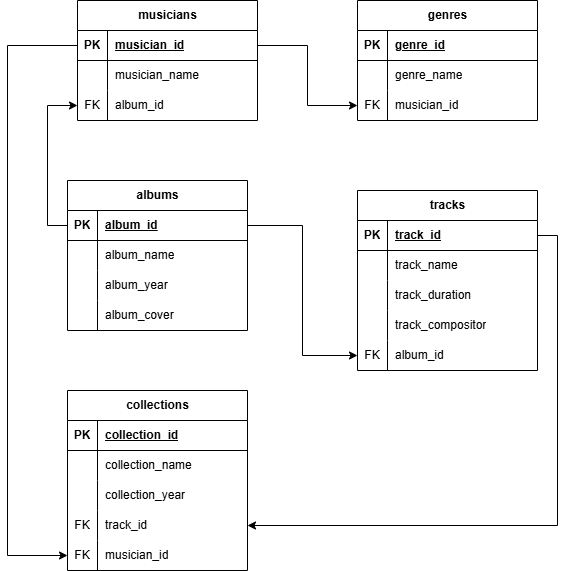
Above: HW_task2.drawio.png in AlejoRuso/HW_BD_2 (draw.io), before the change. Source tidied: cells renumbered, new cells last; positions are measured from the earlier drawing's top-left corner, leaving out a move shared by most shapes.
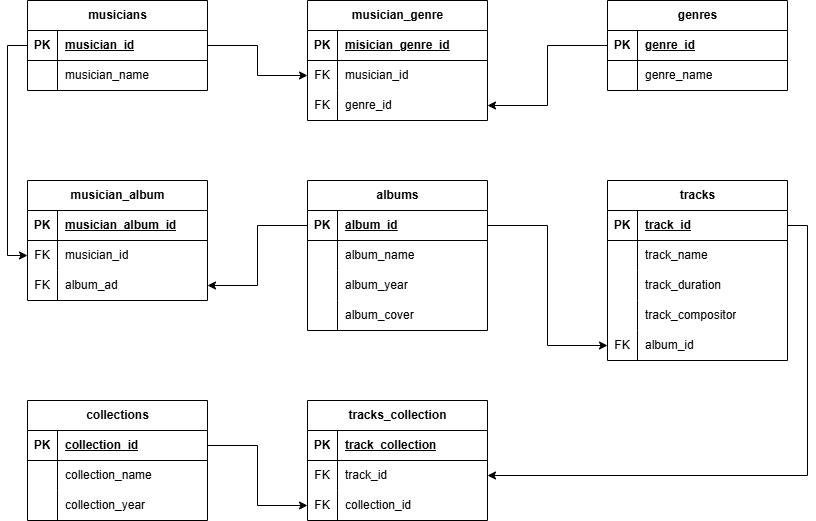
After the commit.

The edit, as a diff of the source:
```diff
@@ -3,7 +3,7 @@
     <mxCell id="0" />
     <mxCell id="1" parent="0" />
     <mxCell id="2" value="&lt;span style=&quot;white-space: pre-wrap;&quot; class=&quot;EzKURWReUAB5oZgtQNkl&quot;&gt;genres&lt;/span&gt;" style="shape=table;startSize=30;rowLines=0;fontStyle=1;align=center;html=1;" parent="1" vertex="1">
-      <mxGeometry x="350" width="180" height="120" as="geometry" />
+      <mxGeometry x="650" width="180" height="90" as="geometry" />
     </mxCell>
     <mxCell id="3" style="shape=tableRow;horizontal=0;startSize=0;swimlaneHead=0;swimlaneBody=0;fillColor=none;points=[[0,0.5],[1,0.5]];portConstraint=eastwest;top=0;left=0;right=0;bottom=1;" parent="2" vertex="1">
       <mxGeometry y="30" width="180" height="30" as="geometry" />
@@ -23,17 +23,8 @@
     <mxCell id="8" value="genre_name" style="shape=partialRectangle;fillColor=none;top=0;left=0;bottom=0;right=0;align=left;spacingLeft=6;overflow=hidden;whiteSpace=wrap;html=1;" parent="6" vertex="1">
       <mxGeometry x="30" width="150" height="30" as="geometry" />
     </mxCell>
-    <mxCell id="9" style="shape=tableRow;horizontal=0;startSize=0;swimlaneHead=0;swimlaneBody=0;fillColor=none;points=[[0,0.5],[1,0.5]];portConstraint=eastwest;top=0;left=0;right=0;bottom=0;" parent="2" vertex="1">
-      <mxGeometry y="90" width="180" height="30" as="geometry" />
-    </mxCell>
-    <mxCell id="10" value="FK" style="shape=partialRectangle;fillColor=none;top=0;left=0;bottom=0;right=0;overflow=hidden;whiteSpace=wrap;html=1;" parent="9" vertex="1">
-      <mxGeometry width="30" height="30" as="geometry" />
-    </mxCell>
-    <mxCell id="11" value="musician_id" style="shape=partialRectangle;fillColor=none;top=0;left=0;bottom=0;right=0;align=left;spacingLeft=6;overflow=hidden;whiteSpace=wrap;html=1;" parent="9" vertex="1">
-      <mxGeometry x="30" width="150" height="30" as="geometry" />
-    </mxCell>
     <mxCell id="12" value="musicians" style="shape=table;startSize=30;rowLines=0;fontStyle=1;align=center;html=1;" parent="1" vertex="1">
-      <mxGeometry x="70" width="180" height="120" as="geometry" />
+      <mxGeometry x="70" width="180" height="90" as="geometry" />
     </mxCell>
     <mxCell id="13" style="shape=tableRow;horizontal=0;startSize=0;swimlaneHead=0;swimlaneBody=0;fillColor=none;points=[[0,0.5],[1,0.5]];portConstraint=eastwest;top=0;left=0;right=0;bottom=1;" parent="12" vertex="1">
       <mxGeometry y="30" width="180" height="30" as="geometry" />
@@ -53,17 +44,8 @@
     <mxCell id="18" value="musician_name" style="shape=partialRectangle;fillColor=none;top=0;left=0;bottom=0;right=0;align=left;spacingLeft=6;overflow=hidden;whiteSpace=wrap;html=1;" parent="16" vertex="1">
       <mxGeometry x="30" width="150" height="30" as="geometry" />
     </mxCell>
-    <mxCell id="19" style="shape=tableRow;horizontal=0;startSize=0;swimlaneHead=0;swimlaneBody=0;fillColor=none;points=[[0,0.5],[1,0.5]];portConstraint=eastwest;top=0;left=0;right=0;bottom=0;" parent="12" vertex="1">
-      <mxGeometry y="90" width="180" height="30" as="geometry" />
-    </mxCell>
-    <mxCell id="20" value="FK" style="shape=partialRectangle;fillColor=none;top=0;left=0;bottom=0;right=0;overflow=hidden;whiteSpace=wrap;html=1;" parent="19" vertex="1">
-      <mxGeometry width="30" height="30" as="geometry" />
-    </mxCell>
-    <mxCell id="21" value="album_id" style="shape=partialRectangle;fillColor=none;top=0;left=0;bottom=0;right=0;align=left;spacingLeft=6;overflow=hidden;whiteSpace=wrap;html=1;" parent="19" vertex="1">
-      <mxGeometry x="30" width="150" height="30" as="geometry" />
-    </mxCell>
     <mxCell id="22" value="albums" style="shape=table;startSize=30;rowLines=0;fontStyle=1;align=center;html=1;" parent="1" vertex="1">
-      <mxGeometry x="60" y="180" width="180" height="150" as="geometry" />
+      <mxGeometry x="350" y="180" width="180" height="150" as="geometry" />
     </mxCell>
     <mxCell id="23" style="shape=tableRow;horizontal=0;startSize=0;swimlaneHead=0;swimlaneBody=0;fillColor=none;points=[[0,0.5],[1,0.5]];portConstraint=eastwest;top=0;left=0;right=0;bottom=1;" parent="22" vertex="1">
       <mxGeometry y="30" width="180" height="30" as="geometry" />
@@ -102,7 +84,7 @@
       <mxGeometry x="30" width="150" height="30" as="geometry" />
     </mxCell>
     <mxCell id="35" value="tracks" style="shape=table;startSize=30;rowLines=0;fontStyle=1;align=center;html=1;" parent="1" vertex="1">
-      <mxGeometry x="350" y="190" width="180" height="180" as="geometry" />
+      <mxGeometry x="650" y="180" width="180" height="180" as="geometry" />
     </mxCell>
     <mxCell id="36" style="shape=tableRow;horizontal=0;startSize=0;swimlaneHead=0;swimlaneBody=0;fillColor=none;points=[[0,0.5],[1,0.5]];portConstraint=eastwest;top=0;left=0;right=0;bottom=1;" parent="35" vertex="1">
       <mxGeometry y="30" width="180" height="30" as="geometry" />
@@ -149,14 +131,8 @@
     <mxCell id="50" value="album_id" style="shape=partialRectangle;fillColor=none;top=0;left=0;bottom=0;right=0;align=left;spacingLeft=6;overflow=hidden;whiteSpace=wrap;html=1;" parent="48" vertex="1">
       <mxGeometry x="30" width="150" height="30" as="geometry" />
     </mxCell>
-    <mxCell id="51" style="edgeStyle=orthogonalEdgeStyle;rounded=0;jettySize=auto;html=1;exitX=1;exitY=0.5;exitDx=0;exitDy=0;entryX=0;entryY=0.5;entryDx=0;entryDy=0;" parent="1" edge="1" source="13" target="9">
-      <mxGeometry relative="1" as="geometry" />
-    </mxCell>
-    <mxCell id="52" style="edgeStyle=orthogonalEdgeStyle;rounded=0;jettySize=auto;html=1;exitX=0;exitY=0.5;exitDx=0;exitDy=0;entryX=0;entryY=0.5;entryDx=0;entryDy=0;" parent="1" edge="1" source="23" target="19">
-      <mxGeometry relative="1" as="geometry" />
-    </mxCell>
     <mxCell id="53" value="collections" style="shape=table;startSize=30;rowLines=0;fontStyle=1;align=center;html=1;" parent="1" vertex="1">
-      <mxGeometry x="60" y="390" width="180" height="180" as="geometry" />
+      <mxGeometry x="70" y="400" width="180" height="120" as="geometry" />
     </mxCell>
     <mxCell id="54" style="shape=tableRow;horizontal=0;startSize=0;swimlaneHead=0;swimlaneBody=0;fillColor=none;points=[[0,0.5],[1,0.5]];portConstraint=eastwest;top=0;left=0;right=0;bottom=1;" parent="53" vertex="1">
       <mxGeometry y="30" width="180" height="30" as="geometry" />
@@ -185,37 +161,116 @@
     <mxCell id="62" value="collection_year" style="shape=partialRectangle;fillColor=none;top=0;left=0;bottom=0;right=0;align=left;spacingLeft=6;overflow=hidden;whiteSpace=wrap;html=1;" parent="60" vertex="1">
       <mxGeometry x="30" width="150" height="30" as="geometry" />
     </mxCell>
-    <mxCell id="63" style="shape=tableRow;horizontal=0;startSize=0;swimlaneHead=0;swimlaneBody=0;fillColor=none;points=[[0,0.5],[1,0.5]];portConstraint=eastwest;top=0;left=0;right=0;bottom=0;" parent="53" vertex="1">
-      <mxGeometry y="120" width="180" height="30" as="geometry" />
-    </mxCell>
-    <mxCell id="64" value="FK" style="shape=partialRectangle;fillColor=none;top=0;left=0;bottom=0;right=0;overflow=hidden;whiteSpace=wrap;html=1;" parent="63" vertex="1">
-      <mxGeometry width="30" height="30" as="geometry" />
-    </mxCell>
+    <mxCell id="71" style="edgeStyle=orthogonalEdgeStyle;rounded=0;jettySize=auto;html=1;exitX=1;exitY=0.5;exitDx=0;exitDy=0;entryX=0;entryY=0.5;entryDx=0;entryDy=0;" parent="1" edge="1" source="23" target="48">
+      <mxGeometry relative="1" as="geometry" />
+    </mxCell>
+    <mxCell id="72" value="musician_genre" style="shape=table;startSize=30;rowLines=0;fontStyle=1;align=center;html=1;" parent="1" vertex="1">
+      <mxGeometry x="350" width="180" height="120" as="geometry" />
+    </mxCell>
+    <mxCell id="73" style="shape=tableRow;horizontal=0;startSize=0;swimlaneHead=0;swimlaneBody=0;fillColor=none;top=0;left=0;right=0;bottom=1;" parent="72" vertex="1">
+      <mxGeometry y="30" width="180" height="30" as="geometry" />
+    </mxCell>
+    <mxCell id="74" value="PK" style="shape=partialRectangle;fillColor=none;top=0;left=0;bottom=0;right=0;fontStyle=1;overflow=hidden;whiteSpace=wrap;html=1;" parent="73" vertex="1">
+      <mxGeometry width="30" height="30" as="geometry" />
+    </mxCell>
+    <mxCell id="75" value="misician_genre_id" style="shape=partialRectangle;fillColor=none;top=0;left=0;bottom=0;right=0;align=left;spacingLeft=6;fontStyle=5;overflow=hidden;whiteSpace=wrap;html=1;" parent="73" vertex="1">
+      <mxGeometry x="30" width="150" height="30" as="geometry" />
+    </mxCell>
+    <mxCell id="76" style="shape=tableRow;horizontal=0;startSize=0;swimlaneHead=0;swimlaneBody=0;fillColor=none;points=[[0,0.5],[1,0.5]];portConstraint=eastwest;top=0;left=0;right=0;bottom=0;" parent="72" vertex="1">
+      <mxGeometry y="60" width="180" height="30" as="geometry" />
+    </mxCell>
+    <mxCell id="77" value="FK" style="shape=partialRectangle;fillColor=none;top=0;left=0;bottom=0;right=0;overflow=hidden;whiteSpace=wrap;html=1;" parent="76" vertex="1">
+      <mxGeometry width="30" height="30" as="geometry" />
+    </mxCell>
+    <mxCell id="78" value="musician_id" style="shape=partialRectangle;fillColor=none;top=0;left=0;bottom=0;right=0;align=left;spacingLeft=6;overflow=hidden;whiteSpace=wrap;html=1;" parent="76" vertex="1">
+      <mxGeometry x="30" width="150" height="30" as="geometry" />
+    </mxCell>
+    <mxCell id="79" style="shape=tableRow;horizontal=0;startSize=0;swimlaneHead=0;swimlaneBody=0;fillColor=none;points=[[0,0.5],[1,0.5]];portConstraint=eastwest;top=0;left=0;right=0;bottom=0;" parent="72" vertex="1">
+      <mxGeometry y="90" width="180" height="30" as="geometry" />
+    </mxCell>
+    <mxCell id="80" value="FK" style="shape=partialRectangle;fillColor=none;top=0;left=0;bottom=0;right=0;overflow=hidden;whiteSpace=wrap;html=1;" parent="79" vertex="1">
+      <mxGeometry width="30" height="30" as="geometry" />
+    </mxCell>
+    <mxCell id="81" value="genre_id" style="shape=partialRectangle;fillColor=none;top=0;left=0;bottom=0;right=0;align=left;spacingLeft=6;overflow=hidden;whiteSpace=wrap;html=1;" parent="79" vertex="1">
+      <mxGeometry x="30" width="150" height="30" as="geometry" />
+    </mxCell>
+    <mxCell id="82" style="edgeStyle=orthogonalEdgeStyle;rounded=0;jettySize=auto;html=1;exitX=1;exitY=0.5;exitDx=0;exitDy=0;entryX=0;entryY=0.5;entryDx=0;entryDy=0;" parent="1" edge="1" source="13" target="76">
+      <mxGeometry relative="1" as="geometry" />
+    </mxCell>
+    <mxCell id="83" style="edgeStyle=orthogonalEdgeStyle;rounded=0;jettySize=auto;html=1;exitX=0;exitY=0.5;exitDx=0;exitDy=0;entryX=1;entryY=0.5;entryDx=0;entryDy=0;" parent="1" edge="1" source="3" target="79">
+      <mxGeometry relative="1" as="geometry" />
+    </mxCell>
+    <mxCell id="84" value="musician_album" style="shape=table;startSize=30;rowLines=0;fontStyle=1;align=center;html=1;" parent="1" vertex="1">
+      <mxGeometry x="70" y="180" width="180" height="120" as="geometry" />
+    </mxCell>
+    <mxCell id="85" style="shape=tableRow;horizontal=0;startSize=0;swimlaneHead=0;swimlaneBody=0;fillColor=none;top=0;left=0;right=0;bottom=1;" parent="84" vertex="1">
+      <mxGeometry y="30" width="180" height="30" as="geometry" />
+    </mxCell>
+    <mxCell id="86" value="PK" style="shape=partialRectangle;fillColor=none;top=0;left=0;bottom=0;right=0;fontStyle=1;overflow=hidden;whiteSpace=wrap;html=1;" parent="85" vertex="1">
+      <mxGeometry width="30" height="30" as="geometry" />
+    </mxCell>
+    <mxCell id="87" value="musician_album_id" style="shape=partialRectangle;fillColor=none;top=0;left=0;bottom=0;right=0;align=left;spacingLeft=6;fontStyle=5;overflow=hidden;whiteSpace=wrap;html=1;" parent="85" vertex="1">
+      <mxGeometry x="30" width="150" height="30" as="geometry" />
+    </mxCell>
+    <mxCell id="88" style="shape=tableRow;horizontal=0;startSize=0;swimlaneHead=0;swimlaneBody=0;fillColor=none;points=[[0,0.5],[1,0.5]];portConstraint=eastwest;top=0;left=0;right=0;bottom=0;" parent="84" vertex="1">
+      <mxGeometry y="60" width="180" height="30" as="geometry" />
+    </mxCell>
+    <mxCell id="89" value="FK" style="shape=partialRectangle;fillColor=none;top=0;left=0;bottom=0;right=0;overflow=hidden;whiteSpace=wrap;html=1;" parent="88" vertex="1">
+      <mxGeometry width="30" height="30" as="geometry" />
+    </mxCell>
+    <mxCell id="90" value="musician_id" style="shape=partialRectangle;fillColor=none;top=0;left=0;bottom=0;right=0;align=left;spacingLeft=6;overflow=hidden;whiteSpace=wrap;html=1;" parent="88" vertex="1">
+      <mxGeometry x="30" width="150" height="30" as="geometry" />
+    </mxCell>
+    <mxCell id="91" style="shape=tableRow;horizontal=0;startSize=0;swimlaneHead=0;swimlaneBody=0;fillColor=none;points=[[0,0.5],[1,0.5]];portConstraint=eastwest;top=0;left=0;right=0;bottom=0;" parent="84" vertex="1">
+      <mxGeometry y="90" width="180" height="30" as="geometry" />
+    </mxCell>
+    <mxCell id="92" value="FK" style="shape=partialRectangle;fillColor=none;top=0;left=0;bottom=0;right=0;overflow=hidden;whiteSpace=wrap;html=1;" parent="91" vertex="1">
+      <mxGeometry width="30" height="30" as="geometry" />
+    </mxCell>
+    <mxCell id="93" value="album_ad" style="shape=partialRectangle;fillColor=none;top=0;left=0;bottom=0;right=0;align=left;spacingLeft=6;overflow=hidden;whiteSpace=wrap;html=1;" parent="91" vertex="1">
+      <mxGeometry x="30" width="150" height="30" as="geometry" />
+    </mxCell>
+    <mxCell id="94" style="edgeStyle=orthogonalEdgeStyle;rounded=0;jettySize=auto;html=1;exitX=0;exitY=0.5;exitDx=0;exitDy=0;entryX=0;entryY=0.5;entryDx=0;entryDy=0;" parent="1" edge="1" source="13" target="88">
+      <mxGeometry relative="1" as="geometry" />
+    </mxCell>
+    <mxCell id="95" style="edgeStyle=orthogonalEdgeStyle;rounded=0;jettySize=auto;html=1;exitX=0;exitY=0.5;exitDx=0;exitDy=0;entryX=1;entryY=0.5;entryDx=0;entryDy=0;" parent="1" edge="1" source="23" target="91">
+      <mxGeometry relative="1" as="geometry" />
+    </mxCell>
+    <mxCell id="96" value="tracks_collection" style="shape=table;startSize=30;rowLines=0;fontStyle=1;align=center;html=1;" parent="1" vertex="1">
+      <mxGeometry x="350" y="400" width="180" height="120" as="geometry" />
+    </mxCell>
+    <mxCell id="97" style="shape=tableRow;horizontal=0;startSize=0;swimlaneHead=0;swimlaneBody=0;fillColor=none;top=0;left=0;right=0;bottom=1;" parent="96" vertex="1">
+      <mxGeometry y="30" width="180" height="30" as="geometry" />
+    </mxCell>
+    <mxCell id="98" value="PK" style="shape=partialRectangle;fillColor=none;top=0;left=0;bottom=0;right=0;fontStyle=1;overflow=hidden;whiteSpace=wrap;html=1;" parent="97" vertex="1">
+      <mxGeometry width="30" height="30" as="geometry" />
+    </mxCell>
+    <mxCell id="99" value="track_collection" style="shape=partialRectangle;fillColor=none;top=0;left=0;bottom=0;right=0;align=left;spacingLeft=6;fontStyle=5;overflow=hidden;whiteSpace=wrap;html=1;" parent="97" vertex="1">
+      <mxGeometry x="30" width="150" height="30" as="geometry" />
+    </mxCell>
+    <mxCell id="100" style="shape=tableRow;horizontal=0;startSize=0;swimlaneHead=0;swimlaneBody=0;fillColor=none;points=[[0,0.5],[1,0.5]];portConstraint=eastwest;top=0;left=0;right=0;bottom=0;" parent="96" vertex="1">
+      <mxGeometry y="60" width="180" height="30" as="geometry" />
+    </mxCell>
+    <mxCell id="101" value="FK" style="shape=partialRectangle;fillColor=none;top=0;left=0;bottom=0;right=0;overflow=hidden;whiteSpace=wrap;html=1;" parent="100" vertex="1">
+      <mxGeometry width="30" height="30" as="geometry" />
+    </mxCell>
-    <mxCell id="65" value="track_id" style="shape=partialRectangle;fillColor=none;top=0;left=0;bottom=0;right=0;align=left;spacingLeft=6;overflow=hidden;whiteSpace=wrap;html=1;" parent="63" vertex="1">
+    <mxCell id="65" value="track_id" style="shape=partialRectangle;fillColor=none;top=0;left=0;bottom=0;right=0;align=left;spacingLeft=6;overflow=hidden;whiteSpace=wrap;html=1;" parent="100" vertex="1">
       <mxGeometry x="30" width="150" height="30" as="geometry" />
     </mxCell>
-    <mxCell id="66" style="shape=tableRow;horizontal=0;startSize=0;swimlaneHead=0;swimlaneBody=0;fillColor=none;points=[[0,0.5],[1,0.5]];portConstraint=eastwest;top=0;left=0;right=0;bottom=0;" parent="53" vertex="1">
-      <mxGeometry y="150" width="180" height="30" as="geometry" />
-    </mxCell>
-    <mxCell id="67" value="FK" style="shape=partialRectangle;fillColor=none;top=0;left=0;bottom=0;right=0;overflow=hidden;whiteSpace=wrap;html=1;" parent="66" vertex="1">
-      <mxGeometry width="30" height="30" as="geometry" />
-    </mxCell>
-    <mxCell id="68" value="musician_id" style="shape=partialRectangle;fillColor=none;top=0;left=0;bottom=0;right=0;align=left;spacingLeft=6;overflow=hidden;whiteSpace=wrap;html=1;" parent="66" vertex="1">
-      <mxGeometry x="30" width="150" height="30" as="geometry" />
-    </mxCell>
-    <mxCell id="69" style="edgeStyle=orthogonalEdgeStyle;rounded=0;jettySize=auto;html=1;entryX=0;entryY=0.5;entryDx=0;entryDy=0;" parent="1" edge="1" source="13" target="66">
-      <mxGeometry relative="1" as="geometry">
-        <Array as="points">
-          <mxPoint y="45" />
-          <mxPoint y="555" />
-        </Array>
-      </mxGeometry>
-    </mxCell>
-    <mxCell id="70" style="edgeStyle=orthogonalEdgeStyle;rounded=0;jettySize=auto;html=1;exitX=1;exitY=0.5;exitDx=0;exitDy=0;entryX=1;entryY=0.5;entryDx=0;entryDy=0;" parent="1" edge="1" source="36" target="63">
-      <mxGeometry relative="1" as="geometry" />
-    </mxCell>
-    <mxCell id="71" style="edgeStyle=orthogonalEdgeStyle;rounded=0;jettySize=auto;html=1;exitX=1;exitY=0.5;exitDx=0;exitDy=0;entryX=0;entryY=0.5;entryDx=0;entryDy=0;" parent="1" edge="1" source="23" target="48">
-      <mxGeometry relative="1" as="geometry" />
-    </mxCell>
+    <mxCell id="102" style="shape=tableRow;horizontal=0;startSize=0;swimlaneHead=0;swimlaneBody=0;fillColor=none;points=[[0,0.5],[1,0.5]];portConstraint=eastwest;top=0;left=0;right=0;bottom=0;" parent="96" vertex="1">
+      <mxGeometry y="90" width="180" height="30" as="geometry" />
+    </mxCell>
+    <mxCell id="103" value="FK" style="shape=partialRectangle;fillColor=none;top=0;left=0;bottom=0;right=0;overflow=hidden;whiteSpace=wrap;html=1;" parent="102" vertex="1">
+      <mxGeometry width="30" height="30" as="geometry" />
+    </mxCell>
+    <mxCell id="104" value="collection_id" style="shape=partialRectangle;fillColor=none;top=0;left=0;bottom=0;right=0;align=left;spacingLeft=6;overflow=hidden;whiteSpace=wrap;html=1;" parent="102" vertex="1">
+      <mxGeometry x="30" width="150" height="30" as="geometry" />
+    </mxCell>
+    <mxCell id="105" style="edgeStyle=orthogonalEdgeStyle;rounded=0;jettySize=auto;html=1;exitX=1;exitY=0.5;exitDx=0;exitDy=0;entryX=1;entryY=0.5;entryDx=0;entryDy=0;" parent="1" edge="1" source="36" target="100">
+      <mxGeometry relative="1" as="geometry" />
+    </mxCell>
+    <mxCell id="106" style="edgeStyle=orthogonalEdgeStyle;rounded=0;jettySize=auto;html=1;exitX=1;exitY=0.5;exitDx=0;exitDy=0;entryX=0;entryY=0.5;entryDx=0;entryDy=0;" parent="1" edge="1" source="54" target="102">
+      <mxGeometry relative="1" as="geometry" />
+    </mxCell>
   </root>
 </mxGraphModel>
```
